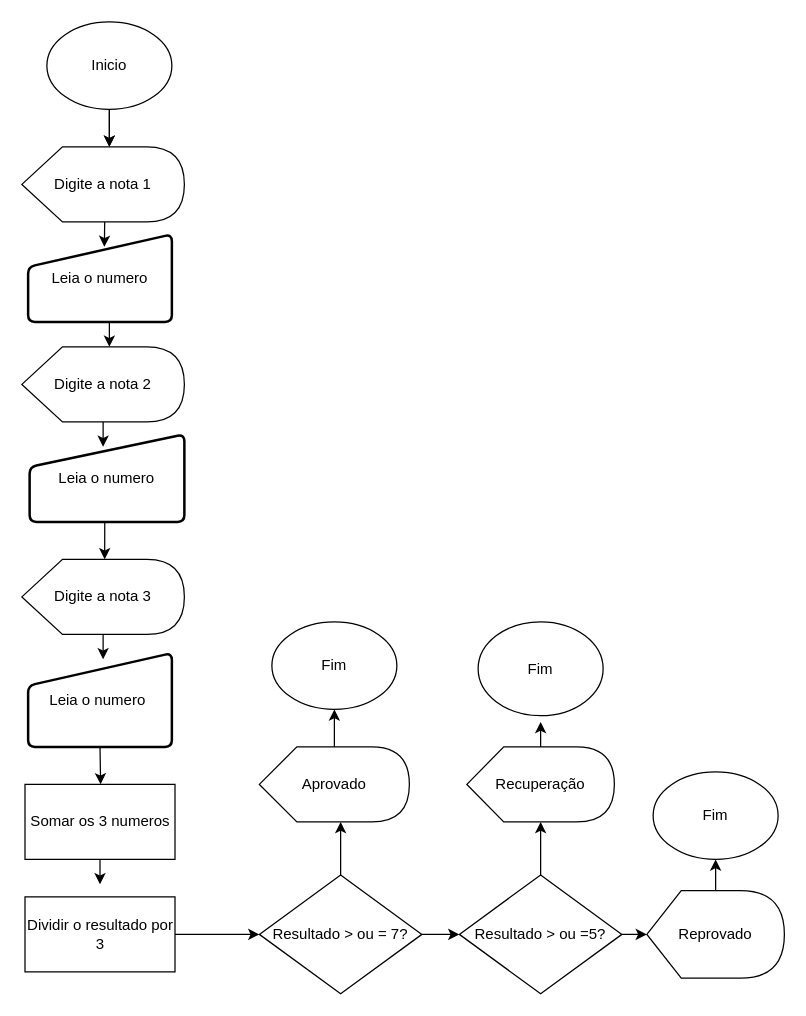
Before: Diagrama sem nome.drawio in dani1393/dani1393, a draw.io diagram. Source tidied: cells renumbered, new cells numbered last; positions are measured from the earlier drawing's top-left corner, leaving out a move shared by most shapes. Both pictures are drawn from the tidied source at 125%, with x=0, y=0 at pixel (21, 21).
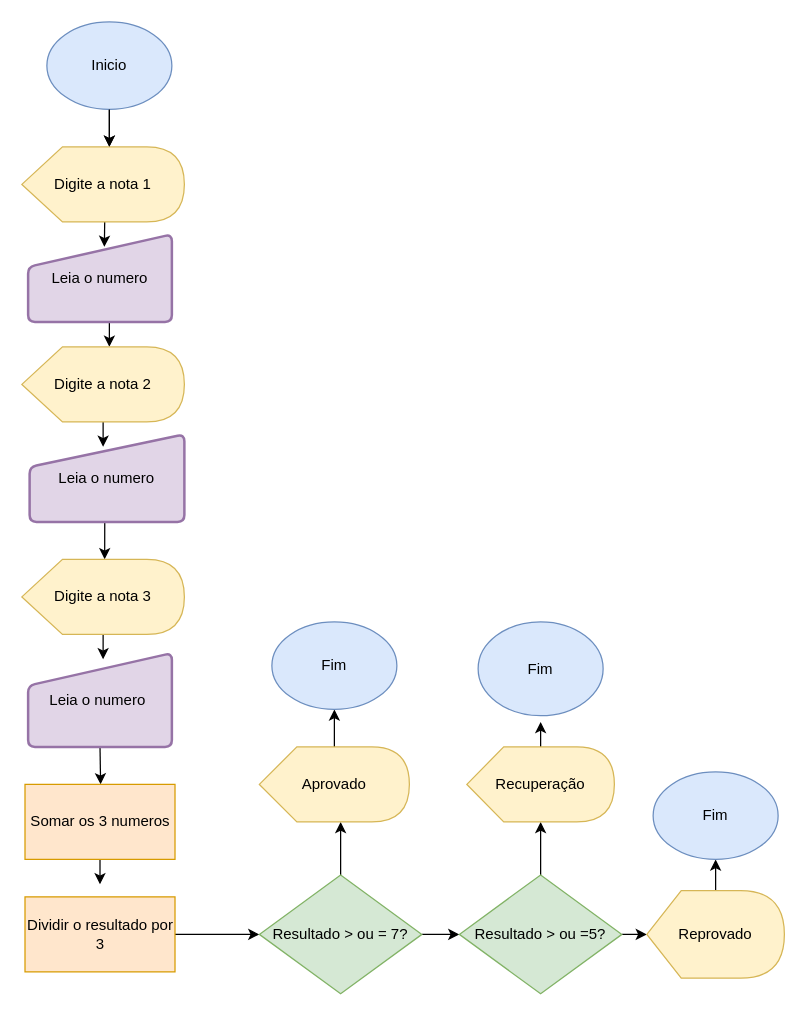
The same diagram, later.

The edit, as a diff of the source:
```diff
@@
-    <mxCell id="3" value="Inicio&lt;br&gt;" style="ellipse;whiteSpace=wrap;html=1;" parent="1" vertex="1">
+    <mxCell id="3" value="Inicio&lt;br&gt;" style="ellipse;whiteSpace=wrap;html=1;fillColor=#dae8fc;strokeColor=#6c8ebf;" parent="1" vertex="1">
       <mxGeometry x="20" width="100" height="70" as="geometry" />
     </mxCell>
@@
-    <mxCell id="5" value="Digite a nota 1" style="shape=display;whiteSpace=wrap;html=1;" parent="1" vertex="1">
+    <mxCell id="5" value="Digite a nota 1" style="shape=display;whiteSpace=wrap;html=1;fillColor=#fff2cc;strokeColor=#d6b656;" parent="1" vertex="1">
       <mxGeometry y="100" width="130" height="60" as="geometry" />
     </mxCell>
@@
-    <mxCell id="8" value="Digite a nota 2" style="shape=display;whiteSpace=wrap;html=1;" parent="1" vertex="1">
+    <mxCell id="8" value="Digite a nota 2" style="shape=display;whiteSpace=wrap;html=1;fillColor=#fff2cc;strokeColor=#d6b656;" parent="1" vertex="1">
       <mxGeometry y="260" width="130" height="60" as="geometry" />
     </mxCell>
@@
-    <mxCell id="11" value="Digite a nota 3" style="shape=display;whiteSpace=wrap;html=1;" parent="1" vertex="1">
+    <mxCell id="11" value="Digite a nota 3" style="shape=display;whiteSpace=wrap;html=1;fillColor=#fff2cc;strokeColor=#d6b656;" parent="1" vertex="1">
       <mxGeometry y="430" width="130" height="60" as="geometry" />
     </mxCell>
@@
-    <mxCell id="13" value="Leia o numero" style="html=1;strokeWidth=2;shape=manualInput;whiteSpace=wrap;rounded=1;size=26;arcSize=11;" parent="1" vertex="1">
+    <mxCell id="13" value="Leia o numero" style="html=1;strokeWidth=2;shape=manualInput;whiteSpace=wrap;rounded=1;size=26;arcSize=11;fillColor=#e1d5e7;strokeColor=#9673a6;" parent="1" vertex="1">
       <mxGeometry x="5" y="170" width="115" height="70" as="geometry" />
     </mxCell>
-    <mxCell id="14" value="Leia o numero" style="html=1;strokeWidth=2;shape=manualInput;whiteSpace=wrap;rounded=1;size=26;arcSize=11;" parent="1" vertex="1">
+    <mxCell id="14" value="Leia o numero" style="html=1;strokeWidth=2;shape=manualInput;whiteSpace=wrap;rounded=1;size=26;arcSize=11;fillColor=#e1d5e7;strokeColor=#9673a6;" parent="1" vertex="1">
       <mxGeometry x="6.2" y="330" width="123.8" height="70" as="geometry" />
     </mxCell>
@@
-    <mxCell id="16" value="Leia o numero&amp;nbsp;" style="html=1;strokeWidth=2;shape=manualInput;whiteSpace=wrap;rounded=1;size=26;arcSize=11;" parent="1" vertex="1">
+    <mxCell id="16" value="Leia o numero&amp;nbsp;" style="html=1;strokeWidth=2;shape=manualInput;whiteSpace=wrap;rounded=1;size=26;arcSize=11;fillColor=#e1d5e7;strokeColor=#9673a6;" parent="1" vertex="1">
       <mxGeometry x="5" y="505" width="115" height="75" as="geometry" />
     </mxCell>
@@
-    <mxCell id="18" value="Somar os 3 numeros" style="rounded=0;whiteSpace=wrap;html=1;" parent="1" vertex="1">
+    <mxCell id="18" value="Somar os 3 numeros" style="rounded=0;whiteSpace=wrap;html=1;fillColor=#ffe6cc;strokeColor=#d79b00;" parent="1" vertex="1">
       <mxGeometry x="2.5" y="610" width="120" height="60" as="geometry" />
     </mxCell>
@@
-    <mxCell id="20" value="Dividir o resultado por 3" style="rounded=0;whiteSpace=wrap;html=1;" parent="1" vertex="1">
+    <mxCell id="20" value="Dividir o resultado por 3" style="rounded=0;whiteSpace=wrap;html=1;fillColor=#ffe6cc;strokeColor=#d79b00;" parent="1" vertex="1">
       <mxGeometry x="2.5" y="700" width="120" height="60" as="geometry" />
     </mxCell>
@@
-    <mxCell id="23" value="Resultado &amp;gt; ou = 7?" style="rhombus;whiteSpace=wrap;html=1;" parent="1" vertex="1">
+    <mxCell id="23" value="Resultado &amp;gt; ou = 7?" style="rhombus;whiteSpace=wrap;html=1;fillColor=#d5e8d4;strokeColor=#82b366;" parent="1" vertex="1">
       <mxGeometry x="190" y="682.5" width="130" height="95" as="geometry" />
     </mxCell>
@@
-    <mxCell id="25" value="Aprovado" style="shape=display;whiteSpace=wrap;html=1;" parent="1" vertex="1">
+    <mxCell id="25" value="Aprovado" style="shape=display;whiteSpace=wrap;html=1;fillColor=#fff2cc;strokeColor=#d6b656;" parent="1" vertex="1">
       <mxGeometry x="190" y="580" width="120" height="60" as="geometry" />
     </mxCell>
@@
-    <mxCell id="28" value="Resultado &amp;gt; ou =5?" style="rhombus;whiteSpace=wrap;html=1;" parent="1" vertex="1">
+    <mxCell id="28" value="Resultado &amp;gt; ou =5?" style="rhombus;whiteSpace=wrap;html=1;fillColor=#d5e8d4;strokeColor=#82b366;" parent="1" vertex="1">
       <mxGeometry x="350" y="682.5" width="130" height="95" as="geometry" />
     </mxCell>
@@
-    <mxCell id="30" value="Recuperação" style="shape=display;whiteSpace=wrap;html=1;" parent="1" vertex="1">
+    <mxCell id="30" value="Recuperação" style="shape=display;whiteSpace=wrap;html=1;fillColor=#fff2cc;strokeColor=#d6b656;" parent="1" vertex="1">
       <mxGeometry x="356" y="580" width="118" height="60" as="geometry" />
     </mxCell>
@@
-    <mxCell id="32" value="Reprovado" style="shape=display;whiteSpace=wrap;html=1;" parent="1" vertex="1">
+    <mxCell id="32" value="Reprovado" style="shape=display;whiteSpace=wrap;html=1;fillColor=#fff2cc;strokeColor=#d6b656;" parent="1" vertex="1">
       <mxGeometry x="500" y="695" width="110" height="70" as="geometry" />
     </mxCell>
-    <mxCell id="33" value="Fim" style="ellipse;whiteSpace=wrap;html=1;" parent="1" vertex="1">
+    <mxCell id="33" value="Fim" style="ellipse;whiteSpace=wrap;html=1;fillColor=#dae8fc;strokeColor=#6c8ebf;" parent="1" vertex="1">
       <mxGeometry x="200" y="480" width="100" height="70" as="geometry" />
     </mxCell>
-    <mxCell id="34" value="Fim" style="ellipse;whiteSpace=wrap;html=1;" parent="1" vertex="1">
+    <mxCell id="34" value="Fim" style="ellipse;whiteSpace=wrap;html=1;fillColor=#dae8fc;strokeColor=#6c8ebf;" parent="1" vertex="1">
       <mxGeometry x="365" y="480" width="100" height="75" as="geometry" />
     </mxCell>
-    <mxCell id="35" value="Fim" style="ellipse;whiteSpace=wrap;html=1;" parent="1" vertex="1">
+    <mxCell id="35" value="Fim" style="ellipse;whiteSpace=wrap;html=1;fillColor=#dae8fc;strokeColor=#6c8ebf;" parent="1" vertex="1">
       <mxGeometry x="505" y="600" width="100" height="70" as="geometry" />
     </mxCell>
```
